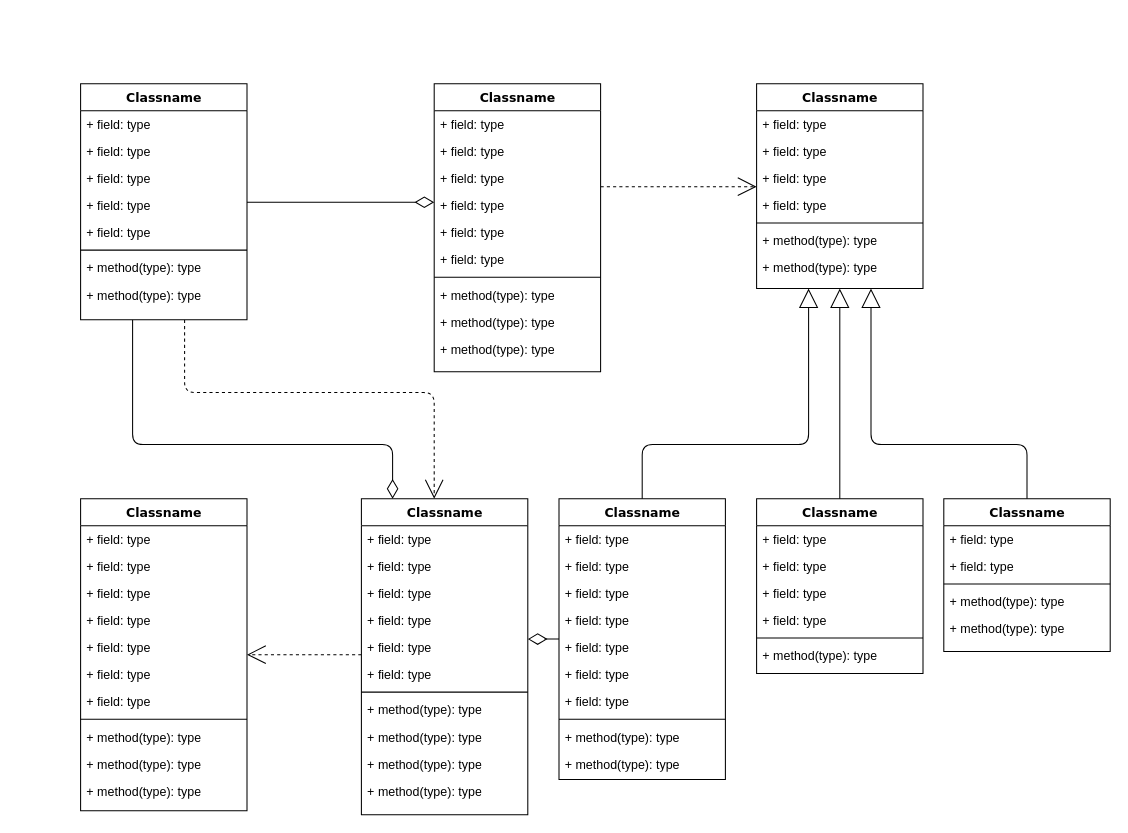
Earlier version of the draw.io diagram 제목 없는 다이어그램.drawio (guncow0603/board). Source tidied: cells renumbered, new cells numbered last; positions are measured from the earlier drawing's top-left corner, leaving out a move shared by most shapes. Both pictures are drawn from the tidied source at 104%, with x=0, y=0 at pixel (80, 83).
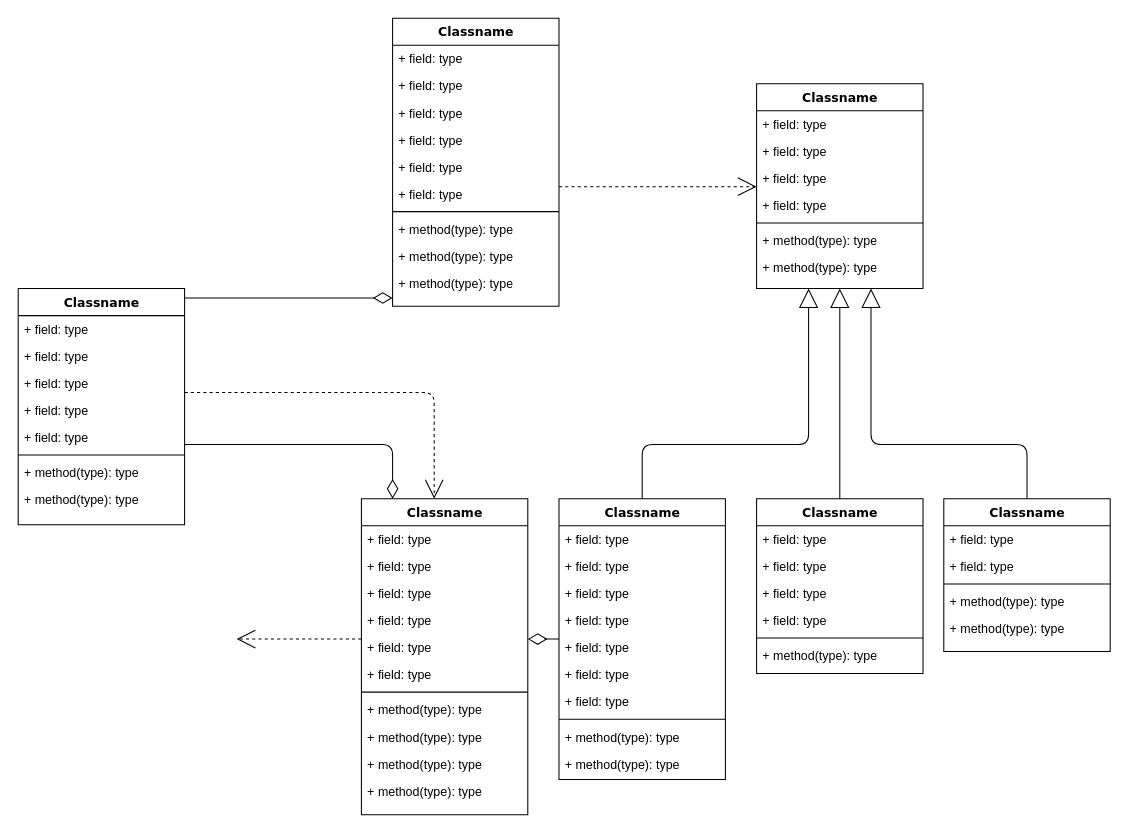
Above is the later version.

Commit message:
Use Cse Diagram

The change refers to these unchanged cells:
```xml
<mxCell id="47" value="Classname" style="swimlane;html=1;fontStyle=1;align=center;verticalAlign=top;horizontal=1;startSize=26;swimlaneFillColor=#ffffff;rounded=0;shadow=0;comic=0;labelBackgroundColor=none;strokeWidth=1;fillColor=none;fontFamily=Verdana;fontSize=12;" parent="1" vertex="1">
  <mxGeometry x="270" y="399" width="160" height="304" as="geometry" />
</mxCell>
```

The edit, as a diff of the source:
```diff
@@
     <mxCell id="4" value="Classname" style="swimlane;html=1;fontStyle=1;align=center;verticalAlign=top;horizontal=1;startSize=26;swimlaneFillColor=#ffffff;rounded=0;shadow=0;comic=0;labelBackgroundColor=none;strokeWidth=1;fillColor=none;fontFamily=Verdana;fontSize=12;" parent="1" vertex="1">
-      <mxGeometry width="160" height="227" as="geometry" />
+      <mxGeometry x="-60" y="197" width="160" height="227" as="geometry" />
     </mxCell>
@@
     <mxCell id="14" value="Classname" style="swimlane;html=1;fontStyle=1;align=center;verticalAlign=top;horizontal=1;startSize=26;swimlaneFillColor=#ffffff;rounded=0;shadow=0;comic=0;labelBackgroundColor=none;strokeWidth=1;fillColor=none;fontFamily=Verdana;fontSize=12;" parent="1" vertex="1">
-      <mxGeometry x="340" width="160" height="277" as="geometry" />
+      <mxGeometry x="300" y="-63" width="160" height="277" as="geometry" />
     </mxCell>
@@
-    <mxCell id="33" style="edgeStyle=elbowEdgeStyle;html=1;labelBackgroundColor=none;startFill=0;startSize=8;endArrow=open;endFill=0;endSize=16;fontFamily=Verdana;fontSize=12;elbow=vertical;dashed=1;" parent="1" edge="1" source="47" target="34">
-      <mxGeometry relative="1" as="geometry" />
+    <mxCell id="33" style="edgeStyle=elbowEdgeStyle;html=1;labelBackgroundColor=none;startFill=0;startSize=8;endArrow=open;endFill=0;endSize=16;fontFamily=Verdana;fontSize=12;elbow=vertical;dashed=1;" parent="1" edge="1" source="47">
+      <mxGeometry relative="1" as="geometry">
+        <mxPoint x="150" y="534" as="targetPoint" />
+      </mxGeometry>
     </mxCell>
-    <mxCell id="34" value="Classname" style="swimlane;html=1;fontStyle=1;align=center;verticalAlign=top;horizontal=1;startSize=26;swimlaneFillColor=#ffffff;rounded=0;shadow=0;comic=0;labelBackgroundColor=none;strokeWidth=1;fillColor=none;fontFamily=Verdana;fontSize=12;" parent="1" vertex="1">
-      <mxGeometry y="399" width="160" height="300" as="geometry" />
-    </mxCell>
-    <mxCell id="35" value="+ field: type" style="text;html=1;strokeColor=none;fillColor=none;align=left;verticalAlign=top;spacingLeft=4;spacingRight=4;whiteSpace=wrap;overflow=hidden;" parent="34" vertex="1">
-      <mxGeometry y="26" width="160" height="26" as="geometry" />
-    </mxCell>
-    <mxCell id="36" value="+ field: type" style="text;html=1;strokeColor=none;fillColor=none;align=left;verticalAlign=top;spacingLeft=4;spacingRight=4;whiteSpace=wrap;overflow=hidden;" parent="34" vertex="1">
-      <mxGeometry y="52" width="160" height="26" as="geometry" />
-    </mxCell>
-    <mxCell id="37" value="+ field: type" style="text;html=1;strokeColor=none;fillColor=none;align=left;verticalAlign=top;spacingLeft=4;spacingRight=4;whiteSpace=wrap;overflow=hidden;" parent="34" vertex="1">
-      <mxGeometry y="78" width="160" height="26" as="geometry" />
-    </mxCell>
-    <mxCell id="38" value="+ field: type" style="text;html=1;strokeColor=none;fillColor=none;align=left;verticalAlign=top;spacingLeft=4;spacingRight=4;whiteSpace=wrap;overflow=hidden;" parent="34" vertex="1">
-      <mxGeometry y="104" width="160" height="26" as="geometry" />
-    </mxCell>
-    <mxCell id="39" value="+ field: type" style="text;html=1;strokeColor=none;fillColor=none;align=left;verticalAlign=top;spacingLeft=4;spacingRight=4;whiteSpace=wrap;overflow=hidden;" parent="34" vertex="1">
-      <mxGeometry y="130" width="160" height="26" as="geometry" />
-    </mxCell>
-    <mxCell id="40" value="+ field: type" style="text;html=1;strokeColor=none;fillColor=none;align=left;verticalAlign=top;spacingLeft=4;spacingRight=4;whiteSpace=wrap;overflow=hidden;" parent="34" vertex="1">
-      <mxGeometry y="156" width="160" height="26" as="geometry" />
-    </mxCell>
-    <mxCell id="41" value="+ field: type" style="text;html=1;strokeColor=none;fillColor=none;align=left;verticalAlign=top;spacingLeft=4;spacingRight=4;whiteSpace=wrap;overflow=hidden;" parent="34" vertex="1">
-      <mxGeometry y="182" width="160" height="26" as="geometry" />
-    </mxCell>
-    <mxCell id="42" style="line;html=1;strokeWidth=1;fillColor=none;align=left;verticalAlign=middle;spacingTop=-1;spacingLeft=3;spacingRight=3;labelPosition=right;" parent="34" vertex="1">
-      <mxGeometry y="208" width="160" height="8" as="geometry" />
-    </mxCell>
-    <mxCell id="43" value="+ method(type): type" style="text;html=1;strokeColor=none;fillColor=none;align=left;verticalAlign=top;spacingLeft=4;spacingRight=4;whiteSpace=wrap;overflow=hidden;" parent="34" vertex="1">
-      <mxGeometry y="216" width="160" height="26" as="geometry" />
-    </mxCell>
-    <mxCell id="44" value="+ method(type): type" style="text;html=1;strokeColor=none;fillColor=none;align=left;verticalAlign=top;spacingLeft=4;spacingRight=4;whiteSpace=wrap;overflow=hidden;" parent="34" vertex="1">
-      <mxGeometry y="242" width="160" height="26" as="geometry" />
-    </mxCell>
-    <mxCell id="45" value="+ method(type): type" style="text;html=1;strokeColor=none;fillColor=none;align=left;verticalAlign=top;spacingLeft=4;spacingRight=4;whiteSpace=wrap;overflow=hidden;" parent="34" vertex="1">
-      <mxGeometry y="268" width="160" height="26" as="geometry" />
-    </mxCell>
```
